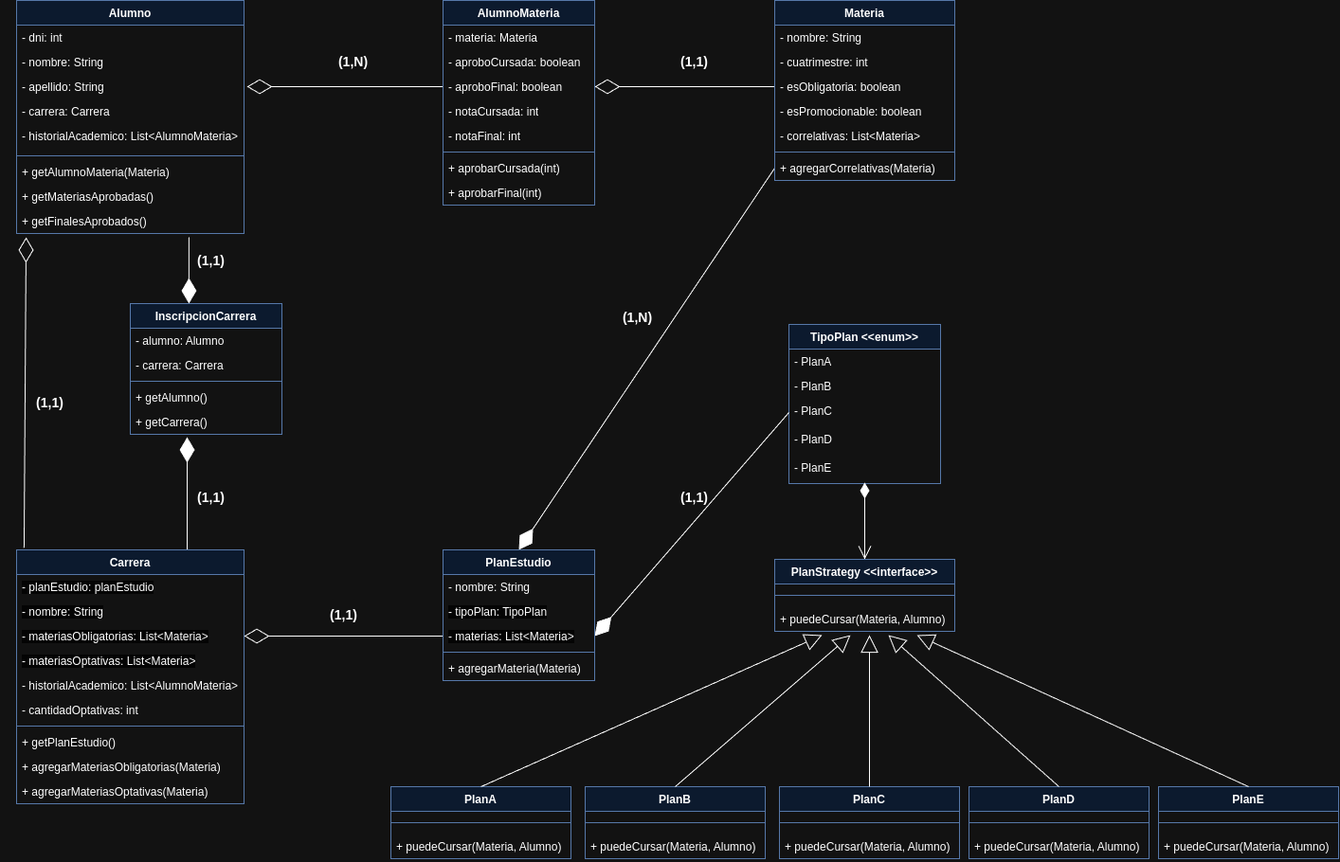
The draw.io diagram assets/Diagrama.png in LucasA21/Proyecto-POO, before a commit. Source tidied: cells renumbered, new cells last; positions are measured from the earlier drawing's top-left corner, leaving out a move shared by most shapes.
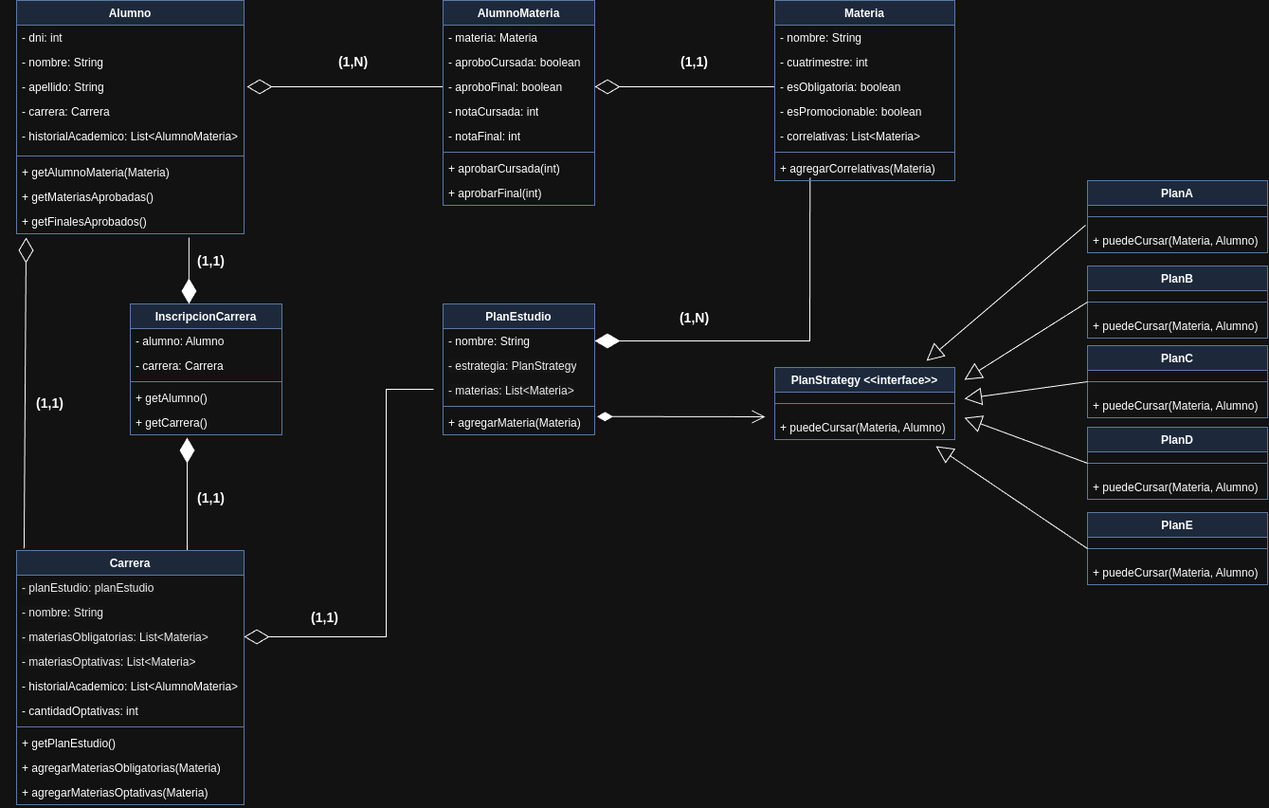
Above is the later version.

Commit message:
cambios diagrama

What changed in the source:
```diff
@@ -2,24 +2,6 @@
   <root>
     <mxCell id="0" />
     <mxCell id="1" parent="0" />
-    <mxCell id="2" value="TipoPlan &amp;lt;&amp;lt;enum&amp;gt;&amp;gt;" style="swimlane;fontStyle=1;align=center;verticalAlign=top;horizontal=1;startSize=26;whiteSpace=wrap;html=1;fillColor=#dae8fc;strokeColor=#6c8ebf;" parent="1" vertex="1">
-      <mxGeometry x="815" y="342" width="160" height="168" as="geometry" />
-    </mxCell>
-    <mxCell id="3" value="- PlanA" style="text;strokeColor=none;fillColor=none;align=left;verticalAlign=top;spacingLeft=4;spacingRight=4;overflow=hidden;whiteSpace=wrap;html=1;" parent="2" vertex="1">
-      <mxGeometry y="26" width="160" height="26" as="geometry" />
-    </mxCell>
-    <mxCell id="4" value="- PlanB" style="text;strokeColor=none;fillColor=none;align=left;verticalAlign=top;spacingLeft=4;spacingRight=4;overflow=hidden;whiteSpace=wrap;html=1;" parent="2" vertex="1">
-      <mxGeometry y="52" width="160" height="26" as="geometry" />
-    </mxCell>
-    <mxCell id="5" value="- PlanC" style="text;strokeColor=none;fillColor=none;align=left;verticalAlign=top;spacingLeft=4;spacingRight=4;overflow=hidden;points=[[0,0.5],[1,0.5]];portConstraint=eastwest;whiteSpace=wrap;html=1;" parent="2" vertex="1">
-      <mxGeometry y="78" width="160" height="30" as="geometry" />
-    </mxCell>
-    <mxCell id="6" value="- PlanD" style="text;strokeColor=none;fillColor=none;align=left;verticalAlign=top;spacingLeft=4;spacingRight=4;overflow=hidden;whiteSpace=wrap;html=1;" parent="2" vertex="1">
-      <mxGeometry y="108" width="160" height="30" as="geometry" />
-    </mxCell>
-    <mxCell id="7" value="- PlanE" style="text;strokeColor=none;fillColor=none;align=left;verticalAlign=top;spacingLeft=4;spacingRight=4;overflow=hidden;points=[[0,0.5],[1,0.5]];portConstraint=eastwest;whiteSpace=wrap;html=1;" parent="2" vertex="1">
-      <mxGeometry y="138" width="160" height="30" as="geometry" />
-    </mxCell>
     <mxCell id="8" style="endArrow=diamondThin;endFill=0;endSize=24;html=1;rounded=0;entryX=0.042;entryY=1.154;entryDx=0;entryDy=0;entryPerimeter=0;exitX=0.033;exitY=-0.011;exitDx=0;exitDy=0;exitPerimeter=0;" parent="1" edge="1" target="33">
       <mxGeometry relative="1" as="geometry">
         <mxPoint x="7.9" y="577.9" as="sourcePoint" />
@@ -33,14 +15,21 @@
     <mxCell id="10" style="endArrow=diamondThin;endFill=0;endSize=24;html=1;rounded=0;exitX=0;exitY=0.5;exitDx=0;exitDy=0;entryX=1;entryY=0.5;entryDx=0;entryDy=0;" parent="1" edge="1" source="46" target="37">
       <mxGeometry relative="1" as="geometry" />
     </mxCell>
-    <mxCell id="11" style="endArrow=diamondThin;endFill=0;endSize=24;html=1;rounded=0;entryX=1;entryY=0.5;entryDx=0;entryDy=0;exitX=0;exitY=0.5;exitDx=0;exitDy=0;strokeColor=default;" parent="1" edge="1" source="71" target="60">
-      <mxGeometry relative="1" as="geometry" />
+    <mxCell id="11" style="endArrow=diamondThin;endFill=0;endSize=24;html=1;rounded=0;entryX=1;entryY=0.5;entryDx=0;entryDy=0;strokeColor=default;" parent="1" edge="1" target="60">
+      <mxGeometry relative="1" as="geometry">
+        <mxPoint x="440" y="410" as="sourcePoint" />
+        <Array as="points">
+          <mxPoint x="390" y="410" />
+          <mxPoint x="390" y="671" />
+        </Array>
+      </mxGeometry>
     </mxCell>
-    <mxCell id="12" style="endArrow=diamondThin;endFill=1;endSize=24;html=1;rounded=0;entryX=1;entryY=0.5;entryDx=0;entryDy=0;exitX=0;exitY=0.5;exitDx=0;exitDy=0;" parent="1" edge="1" source="5" target="71">
-      <mxGeometry relative="1" as="geometry" />
-    </mxCell>
-    <mxCell id="13" style="endArrow=diamondThin;endFill=1;endSize=24;html=1;rounded=0;exitX=0;exitY=0.5;exitDx=0;exitDy=0;entryX=0.5;entryY=0;entryDx=0;entryDy=0;" parent="1" edge="1" source="50" target="68">
-      <mxGeometry relative="1" as="geometry" />
+    <mxCell id="13" style="endArrow=diamondThin;endFill=1;endSize=24;html=1;rounded=0;exitX=0.196;exitY=0.878;exitDx=0;exitDy=0;entryX=1;entryY=0.5;entryDx=0;entryDy=0;exitPerimeter=0;" parent="1" edge="1" source="50" target="69">
+      <mxGeometry relative="1" as="geometry">
+        <Array as="points">
+          <mxPoint x="837" y="359" />
+        </Array>
+      </mxGeometry>
     </mxCell>
     <mxCell id="14" style="endArrow=diamondThin;endFill=1;endSize=24;html=1;rounded=0;exitX=0.758;exitY=1.154;exitDx=0;exitDy=0;exitPerimeter=0;entryX=0.387;entryY=0;entryDx=0;entryDy=0;entryPerimeter=0;" parent="1" edge="1" source="33" target="51">
       <mxGeometry relative="1" as="geometry" />
@@ -67,13 +56,10 @@
       <mxGeometry x="690" y="50" width="50" height="30" as="geometry" />
     </mxCell>
     <mxCell id="21" value="&lt;font style=&quot;font-size: 14px;&quot;&gt;&lt;b&gt;(1,1)&lt;/b&gt;&lt;/font&gt;" style="text;html=1;align=center;verticalAlign=middle;strokeColor=none;fillColor=none;" parent="1" vertex="1">
-      <mxGeometry x="320" y="634" width="50" height="30" as="geometry" />
+      <mxGeometry x="300" y="636" width="50" height="30" as="geometry" />
     </mxCell>
-    <mxCell id="22" value="&lt;font style=&quot;font-size: 14px;&quot;&gt;&lt;b&gt;(1,1)&lt;/b&gt;&lt;/font&gt;" style="text;html=1;align=center;verticalAlign=middle;strokeColor=none;fillColor=none;" parent="1" vertex="1">
-      <mxGeometry x="690" y="510" width="50" height="30" as="geometry" />
-    </mxCell>
     <mxCell id="23" value="&lt;font style=&quot;font-size: 14px;&quot;&gt;&lt;b&gt;(1,N)&lt;/b&gt;&lt;/font&gt;" style="text;html=1;align=center;verticalAlign=middle;strokeColor=none;fillColor=none;" parent="1" vertex="1">
-      <mxGeometry x="630" y="320" width="50" height="30" as="geometry" />
+      <mxGeometry x="690" y="320" width="50" height="30" as="geometry" />
     </mxCell>
     <mxCell id="24" value="Alumno" style="swimlane;fontStyle=1;align=center;verticalAlign=top;horizontal=1;startSize=26;whiteSpace=wrap;html=1;fillColor=#dae8fc;strokeColor=#6c8ebf;" parent="1" vertex="1">
       <mxGeometry width="240" height="246" as="geometry" />
@@ -208,12 +194,12 @@
       <mxGeometry y="242" width="240" height="26" as="geometry" />
     </mxCell>
     <mxCell id="68" value="PlanEstudio" style="swimlane;fontStyle=1;align=center;verticalAlign=top;horizontal=1;startSize=26;whiteSpace=wrap;html=1;fillColor=#dae8fc;strokeColor=#6c8ebf;" parent="1" vertex="1">
-      <mxGeometry x="450" y="580" width="160" height="138" as="geometry" />
+      <mxGeometry x="450" y="320" width="160" height="138" as="geometry" />
     </mxCell>
     <mxCell id="69" value="- nombre: String" style="text;strokeColor=none;fillColor=none;align=left;verticalAlign=top;spacingLeft=4;spacingRight=4;overflow=hidden;points=[[0,0.5],[1,0.5]];portConstraint=eastwest;whiteSpace=wrap;html=1;" parent="68" vertex="1">
       <mxGeometry y="26" width="160" height="26" as="geometry" />
     </mxCell>
-    <mxCell id="70" value="&lt;span style=&quot;color: rgb(0, 0, 0); font-family: Helvetica; font-size: 12px; font-style: normal; font-variant-ligatures: normal; font-variant-caps: normal; font-weight: 400; letter-spacing: normal; orphans: 2; text-align: left; text-indent: 0px; text-transform: none; widows: 2; word-spacing: 0px; -webkit-text-stroke-width: 0px; white-space: normal; background-color: rgb(251, 251, 251); text-decoration-thickness: initial; text-decoration-style: initial; text-decoration-color: initial; display: inline !important; float: none;&quot;&gt;- tipoPlan: TipoPlan&lt;/span&gt;" style="text;strokeColor=none;fillColor=none;align=left;verticalAlign=top;spacingLeft=4;spacingRight=4;overflow=hidden;whiteSpace=wrap;html=1;" parent="68" vertex="1">
+    <mxCell id="70" value="&lt;span style=&quot;color: rgb(0, 0, 0); font-family: Helvetica; font-size: 12px; font-style: normal; font-variant-ligatures: normal; font-variant-caps: normal; font-weight: 400; letter-spacing: normal; orphans: 2; text-align: left; text-indent: 0px; text-transform: none; widows: 2; word-spacing: 0px; -webkit-text-stroke-width: 0px; white-space: normal; background-color: rgb(251, 251, 251); text-decoration-thickness: initial; text-decoration-style: initial; text-decoration-color: initial; float: none; display: inline !important;&quot;&gt;- estrategia: PlanStrategy&lt;/span&gt;" style="text;strokeColor=none;fillColor=none;align=left;verticalAlign=top;spacingLeft=4;spacingRight=4;overflow=hidden;whiteSpace=wrap;html=1;" parent="68" vertex="1">
       <mxGeometry y="52" width="160" height="26" as="geometry" />
     </mxCell>
     <mxCell id="71" value="&lt;span style=&quot;color: rgb(0, 0, 0); font-family: Helvetica; font-size: 12px; font-style: normal; font-variant-ligatures: normal; font-variant-caps: normal; font-weight: 400; letter-spacing: normal; orphans: 2; text-align: left; text-indent: 0px; text-transform: none; widows: 2; word-spacing: 0px; -webkit-text-stroke-width: 0px; white-space: normal; background-color: rgb(251, 251, 251); text-decoration-thickness: initial; text-decoration-style: initial; text-decoration-color: initial; display: inline !important; float: none;&quot;&gt;- materias: List&amp;lt;Materia&amp;gt;&lt;/span&gt;" style="text;strokeColor=none;fillColor=none;align=left;verticalAlign=top;spacingLeft=4;spacingRight=4;overflow=hidden;points=[[0,0.5],[1,0.5]];portConstraint=eastwest;whiteSpace=wrap;html=1;" parent="68" vertex="1">
@@ -225,13 +211,13 @@
     <mxCell id="73" value="+ agregarMateria(Materia)" style="text;strokeColor=none;fillColor=none;align=left;verticalAlign=top;spacingLeft=4;spacingRight=4;overflow=hidden;points=[[0,0.5],[1,0.5]];portConstraint=eastwest;whiteSpace=wrap;html=1;" parent="68" vertex="1">
       <mxGeometry y="112" width="160" height="26" as="geometry" />
     </mxCell>
-    <mxCell id="74" style="endArrow=open;html=1;endSize=12;startArrow=diamondThin;startSize=14;startFill=1;edgeStyle=orthogonalEdgeStyle;align=left;verticalAlign=bottom;rounded=0;exitX=0.5;exitY=0.967;exitDx=0;exitDy=0;exitPerimeter=0;" parent="1" edge="1" source="7">
+    <mxCell id="74" style="endArrow=open;html=1;endSize=12;startArrow=diamondThin;startSize=14;startFill=1;edgeStyle=orthogonalEdgeStyle;align=left;verticalAlign=bottom;rounded=0;exitX=1.015;exitY=0.261;exitDx=0;exitDy=0;exitPerimeter=0;" parent="1" edge="1" source="73">
       <mxGeometry x="-1" y="3" relative="1" as="geometry">
-        <mxPoint x="895" y="590" as="targetPoint" />
+        <mxPoint x="790" y="439" as="targetPoint" />
       </mxGeometry>
     </mxCell>
     <mxCell id="75" value="PlanStrategy &amp;lt;&amp;lt;interface&amp;gt;&amp;gt;" style="swimlane;fontStyle=1;align=center;verticalAlign=top;horizontal=1;startSize=26;whiteSpace=wrap;html=1;fillColor=#dae8fc;strokeColor=#6c8ebf;" parent="1" vertex="1">
-      <mxGeometry x="800" y="590" width="190" height="76" as="geometry" />
+      <mxGeometry x="800" y="387" width="190" height="76" as="geometry" />
     </mxCell>
     <mxCell id="76" style="line;strokeWidth=1;fillColor=none;align=left;verticalAlign=middle;spacingTop=-1;spacingLeft=3;spacingRight=3;labelPosition=right;strokeColor=inherit;" parent="75" vertex="1">
       <mxGeometry y="26" width="190" height="24" as="geometry" />
@@ -240,7 +226,7 @@
       <mxGeometry y="50" width="190" height="26" as="geometry" />
     </mxCell>
     <mxCell id="78" value="PlanA" style="swimlane;fontStyle=1;align=center;verticalAlign=top;horizontal=1;startSize=26;whiteSpace=wrap;html=1;fillColor=#dae8fc;strokeColor=#6c8ebf;" parent="1" vertex="1">
-      <mxGeometry x="395" y="830" width="190" height="76" as="geometry" />
+      <mxGeometry x="1130" y="190" width="190" height="76" as="geometry" />
     </mxCell>
     <mxCell id="79" style="line;strokeWidth=1;fillColor=none;align=left;verticalAlign=middle;spacingTop=-1;spacingLeft=3;spacingRight=3;labelPosition=right;strokeColor=inherit;" parent="78" vertex="1">
       <mxGeometry y="26" width="190" height="24" as="geometry" />
@@ -249,7 +235,7 @@
       <mxGeometry y="50" width="190" height="26" as="geometry" />
     </mxCell>
     <mxCell id="81" value="PlanB" style="swimlane;fontStyle=1;align=center;verticalAlign=top;horizontal=1;startSize=26;whiteSpace=wrap;html=1;fillColor=#dae8fc;strokeColor=#6c8ebf;" parent="1" vertex="1">
-      <mxGeometry x="600" y="830" width="190" height="76" as="geometry" />
+      <mxGeometry x="1130" y="280" width="190" height="76" as="geometry" />
     </mxCell>
     <mxCell id="82" style="line;strokeWidth=1;fillColor=none;align=left;verticalAlign=middle;spacingTop=-1;spacingLeft=3;spacingRight=3;labelPosition=right;strokeColor=inherit;" parent="81" vertex="1">
       <mxGeometry y="26" width="190" height="24" as="geometry" />
@@ -258,7 +244,7 @@
       <mxGeometry y="50" width="190" height="26" as="geometry" />
     </mxCell>
     <mxCell id="84" value="PlanC" style="swimlane;fontStyle=1;align=center;verticalAlign=top;horizontal=1;startSize=26;whiteSpace=wrap;html=1;fillColor=#dae8fc;strokeColor=#6c8ebf;" parent="1" vertex="1">
-      <mxGeometry x="805" y="830" width="190" height="76" as="geometry" />
+      <mxGeometry x="1130" y="364" width="190" height="76" as="geometry" />
     </mxCell>
     <mxCell id="85" style="line;strokeWidth=1;fillColor=none;align=left;verticalAlign=middle;spacingTop=-1;spacingLeft=3;spacingRight=3;labelPosition=right;strokeColor=inherit;" parent="84" vertex="1">
       <mxGeometry y="26" width="190" height="24" as="geometry" />
@@ -267,7 +253,7 @@
       <mxGeometry y="50" width="190" height="26" as="geometry" />
     </mxCell>
     <mxCell id="87" value="PlanD" style="swimlane;fontStyle=1;align=center;verticalAlign=top;horizontal=1;startSize=26;whiteSpace=wrap;html=1;fillColor=#dae8fc;strokeColor=#6c8ebf;" parent="1" vertex="1">
-      <mxGeometry x="1005" y="830" width="190" height="76" as="geometry" />
+      <mxGeometry x="1130" y="450" width="190" height="76" as="geometry" />
     </mxCell>
     <mxCell id="88" style="line;strokeWidth=1;fillColor=none;align=left;verticalAlign=middle;spacingTop=-1;spacingLeft=3;spacingRight=3;labelPosition=right;strokeColor=inherit;" parent="87" vertex="1">
       <mxGeometry y="26" width="190" height="24" as="geometry" />
@@ -276,7 +262,7 @@
       <mxGeometry y="50" width="190" height="26" as="geometry" />
     </mxCell>
     <mxCell id="90" value="PlanE" style="swimlane;fontStyle=1;align=center;verticalAlign=top;horizontal=1;startSize=26;whiteSpace=wrap;html=1;fillColor=#dae8fc;strokeColor=#6c8ebf;" parent="1" vertex="1">
-      <mxGeometry x="1205" y="830" width="190" height="76" as="geometry" />
+      <mxGeometry x="1130" y="540" width="190" height="76" as="geometry" />
     </mxCell>
     <mxCell id="91" style="line;strokeWidth=1;fillColor=none;align=left;verticalAlign=middle;spacingTop=-1;spacingLeft=3;spacingRight=3;labelPosition=right;strokeColor=inherit;" parent="90" vertex="1">
       <mxGeometry y="26" width="190" height="24" as="geometry" />
@@ -284,29 +270,29 @@
     <mxCell id="92" value="+ puedeCursar(Materia, Alumno)" style="text;strokeColor=none;fillColor=none;align=left;verticalAlign=top;spacingLeft=4;spacingRight=4;overflow=hidden;whiteSpace=wrap;html=1;" parent="90" vertex="1">
       <mxGeometry y="50" width="190" height="26" as="geometry" />
     </mxCell>
-    <mxCell id="93" style="endArrow=block;endSize=16;endFill=0;html=1;rounded=0;exitX=0.5;exitY=0;exitDx=0;exitDy=0;" parent="1" edge="1" source="78">
+    <mxCell id="93" style="endArrow=block;endSize=16;endFill=0;html=1;rounded=0;exitX=-0.011;exitY=-0.115;exitDx=0;exitDy=0;exitPerimeter=0;" parent="1" edge="1" source="80">
       <mxGeometry relative="1" as="geometry">
-        <mxPoint x="850" y="670" as="targetPoint" />
+        <mxPoint x="960" y="380" as="targetPoint" />
       </mxGeometry>
     </mxCell>
-    <mxCell id="94" style="endArrow=block;endSize=16;endFill=0;html=1;rounded=0;exitX=0.5;exitY=0;exitDx=0;exitDy=0;" parent="1" edge="1" source="81">
+    <mxCell id="94" style="endArrow=block;endSize=16;endFill=0;html=1;rounded=0;exitX=0;exitY=0.5;exitDx=0;exitDy=0;" parent="1" edge="1" source="81">
       <mxGeometry relative="1" as="geometry">
-        <mxPoint x="880" y="670" as="targetPoint" />
+        <mxPoint x="1000" y="400" as="targetPoint" />
       </mxGeometry>
     </mxCell>
-    <mxCell id="95" style="endArrow=block;endSize=16;endFill=0;html=1;rounded=0;exitX=0.5;exitY=0;exitDx=0;exitDy=0;" parent="1" edge="1" source="84">
+    <mxCell id="95" style="endArrow=block;endSize=16;endFill=0;html=1;rounded=0;exitX=0;exitY=0.5;exitDx=0;exitDy=0;" parent="1" edge="1" source="84">
       <mxGeometry relative="1" as="geometry">
-        <mxPoint x="900" y="670" as="targetPoint" />
+        <mxPoint x="1000" y="420" as="targetPoint" />
       </mxGeometry>
     </mxCell>
-    <mxCell id="96" style="endArrow=block;endSize=16;endFill=0;html=1;rounded=0;exitX=0.5;exitY=0;exitDx=0;exitDy=0;" parent="1" edge="1" source="87">
+    <mxCell id="96" style="endArrow=block;endSize=16;endFill=0;html=1;rounded=0;exitX=0;exitY=0.5;exitDx=0;exitDy=0;" parent="1" edge="1" source="87">
       <mxGeometry relative="1" as="geometry">
-        <mxPoint x="920" y="670" as="targetPoint" />
+        <mxPoint x="1000" y="440" as="targetPoint" />
       </mxGeometry>
     </mxCell>
-    <mxCell id="97" style="endArrow=block;endSize=16;endFill=0;html=1;rounded=0;exitX=0.5;exitY=0;exitDx=0;exitDy=0;" parent="1" edge="1" source="90">
+    <mxCell id="97" style="endArrow=block;endSize=16;endFill=0;html=1;rounded=0;exitX=0;exitY=0.5;exitDx=0;exitDy=0;" parent="1" edge="1" source="90">
       <mxGeometry relative="1" as="geometry">
-        <mxPoint x="950" y="670" as="targetPoint" />
+        <mxPoint x="970" y="470" as="targetPoint" />
       </mxGeometry>
     </mxCell>
   </root>
```
